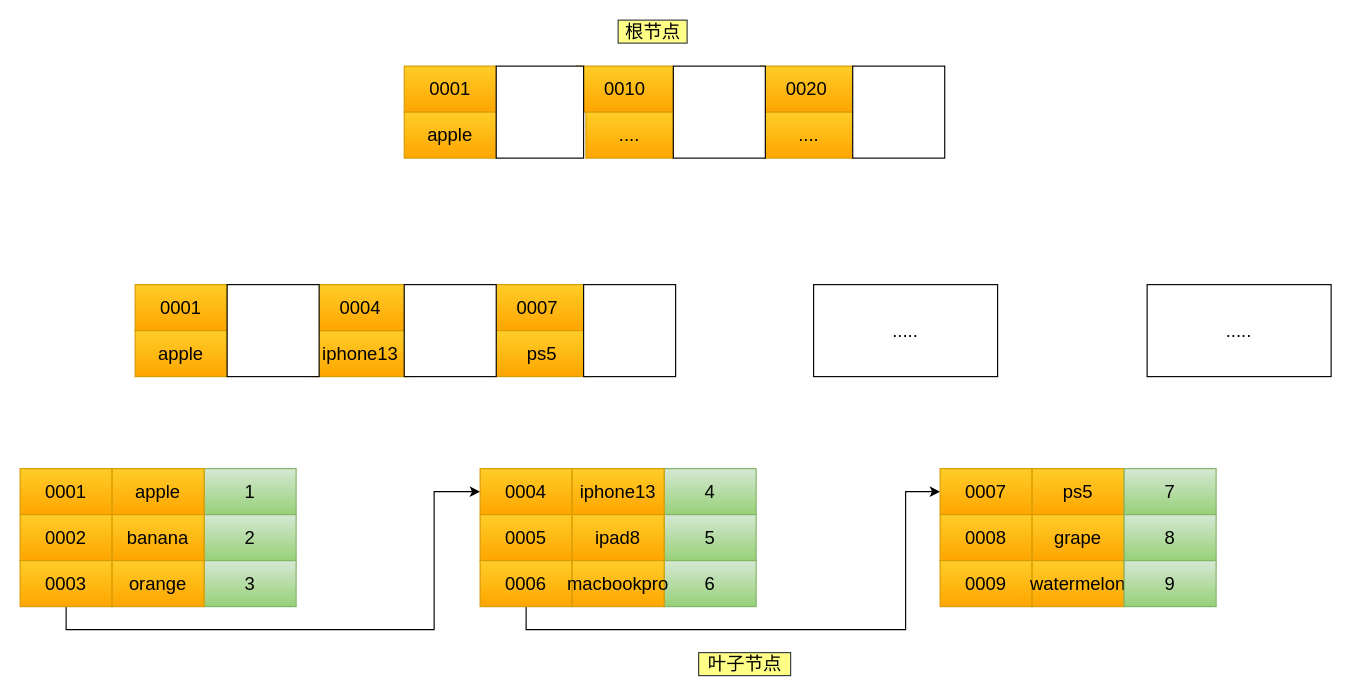
xiaolincoder/ImageHost4 keeps this draw.io diagram as mysql/索引/联合索引.drawio. Above is the earlier version. Source tidied: cells renumbered, new cells numbered last; positions are measured from the earlier drawing's top-left corner, leaving out a move shared by most shapes. Both pictures are drawn from the tidied source at 115%, with x=0, y=0 at pixel (20, 20).
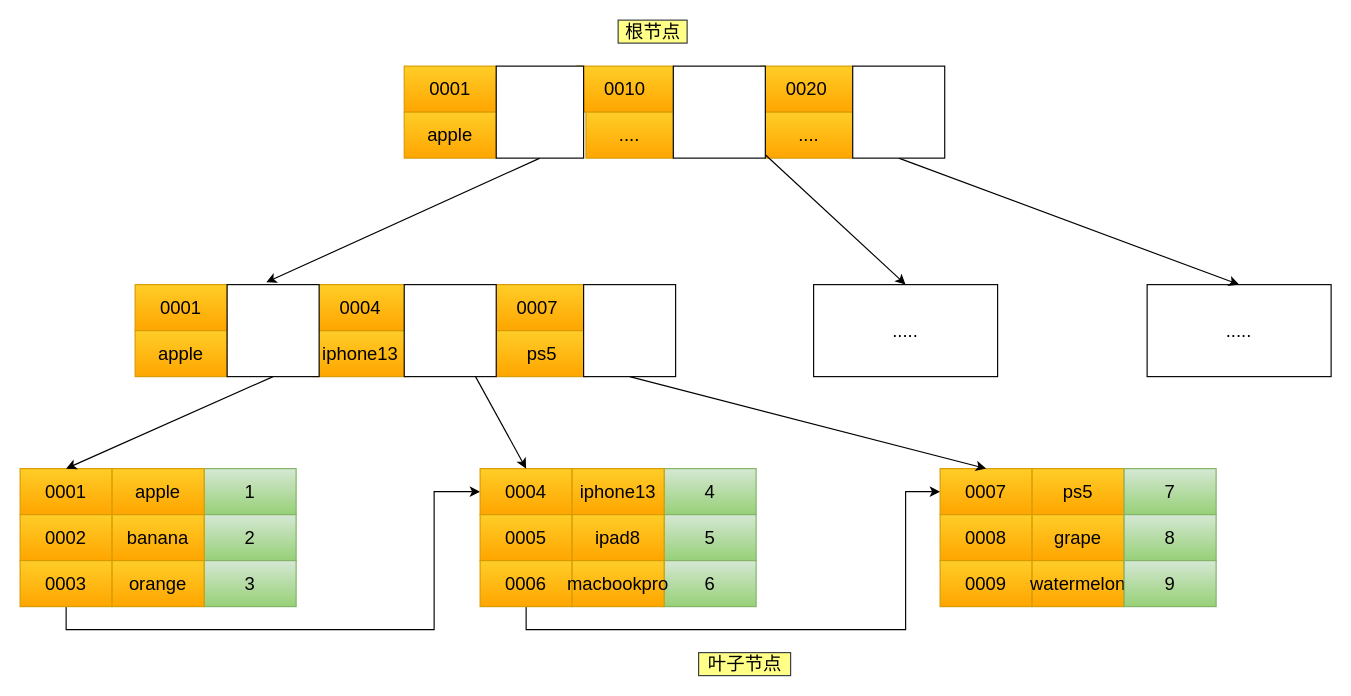
The same diagram, later.

Unchanged cells that the change refers to:
```xml
<mxCell id="2" value="0001" style="rounded=0;whiteSpace=wrap;html=1;fontSize=16;fillColor=#ffcd28;gradientColor=#ffa500;strokeColor=#d79b00;" parent="1" vertex="1">
  <mxGeometry y="390" width="80" height="40" as="geometry" />
</mxCell>
<mxCell id="12" value="0004" style="rounded=0;whiteSpace=wrap;html=1;fontSize=16;fillColor=#ffcd28;gradientColor=#ffa500;strokeColor=#d79b00;" parent="1" vertex="1">
  <mxGeometry x="400" y="390" width="80" height="40" as="geometry" />
</mxCell>
<mxCell id="19" value="0007" style="rounded=0;whiteSpace=wrap;html=1;fontSize=16;fillColor=#ffcd28;gradientColor=#ffa500;strokeColor=#d79b00;" parent="1" vertex="1">
  <mxGeometry x="800" y="390" width="80" height="40" as="geometry" />
</mxCell>
<mxCell id="25" value="....." style="rounded=0;whiteSpace=wrap;html=1;fontSize=16;" parent="1" vertex="1">
  <mxGeometry x="690" y="230" width="160" height="80" as="geometry" />
</mxCell>
<mxCell id="26" value="....." style="rounded=0;whiteSpace=wrap;html=1;fontSize=16;" parent="1" vertex="1">
  <mxGeometry x="980" y="230" width="160" height="80" as="geometry" />
</mxCell>
<mxCell id="47" style="rounded=0;whiteSpace=wrap;html=1;fontSize=16;" parent="1" vertex="1">
  <mxGeometry x="490" y="230" width="80" height="80" as="geometry" />
</mxCell>
<mxCell id="48" style="rounded=0;whiteSpace=wrap;html=1;fontSize=16;" parent="1" vertex="1">
  <mxGeometry x="334" y="230" width="80" height="80" as="geometry" />
</mxCell>
<mxCell id="49" style="rounded=0;whiteSpace=wrap;html=1;fontSize=16;" parent="1" vertex="1">
  <mxGeometry x="180" y="230" width="80" height="80" as="geometry" />
</mxCell>
<mxCell id="50" style="rounded=0;whiteSpace=wrap;html=1;fontSize=16;" parent="1" vertex="1">
  <mxGeometry x="414" y="40" width="76" height="80" as="geometry" />
</mxCell>
<mxCell id="51" style="rounded=0;whiteSpace=wrap;html=1;fontSize=16;" parent="1" vertex="1">
  <mxGeometry x="568" y="40" width="80" height="80" as="geometry" />
</mxCell>
<mxCell id="52" style="rounded=0;whiteSpace=wrap;html=1;fontSize=16;" parent="1" vertex="1">
  <mxGeometry x="724" y="40" width="80" height="80" as="geometry" />
</mxCell>
```

Diff of the diagram source:
```diff
@@
+    <mxCell id="53" style="edgeStyle=none;rounded=0;jettySize=auto;html=1;entryX=0.5;entryY=0;entryDx=0;entryDy=0;exitX=0.5;exitY=1;exitDx=0;exitDy=0;" parent="1" edge="1" source="47" target="19">
+      <mxGeometry relative="1" as="geometry" />
+    </mxCell>
@@
+    <mxCell id="54" style="edgeStyle=none;rounded=0;jettySize=auto;html=1;entryX=0.5;entryY=0;entryDx=0;entryDy=0;" parent="1" edge="1" source="48" target="12">
+      <mxGeometry relative="1" as="geometry" />
+    </mxCell>
@@
+    <mxCell id="55" style="edgeStyle=none;rounded=0;jettySize=auto;html=1;entryX=0.5;entryY=0;entryDx=0;entryDy=0;exitX=0.5;exitY=1;exitDx=0;exitDy=0;" parent="1" edge="1" source="49" target="2">
+      <mxGeometry relative="1" as="geometry" />
+    </mxCell>
@@
+    <mxCell id="56" style="rounded=0;jettySize=auto;html=1;exitX=0.5;exitY=1;exitDx=0;exitDy=0;entryX=0.425;entryY=-0.025;entryDx=0;entryDy=0;entryPerimeter=0;" parent="1" edge="1" source="50" target="49">
+      <mxGeometry relative="1" as="geometry" />
+    </mxCell>
@@
+    <mxCell id="57" style="edgeStyle=none;rounded=0;jettySize=auto;html=1;entryX=0.5;entryY=0;entryDx=0;entryDy=0;" parent="1" edge="1" source="51" target="25">
+      <mxGeometry relative="1" as="geometry" />
+    </mxCell>
@@
+    <mxCell id="58" style="edgeStyle=none;rounded=0;jettySize=auto;html=1;entryX=0.5;entryY=0;entryDx=0;entryDy=0;exitX=0.5;exitY=1;exitDx=0;exitDy=0;" parent="1" edge="1" source="52" target="26">
+      <mxGeometry relative="1" as="geometry" />
+    </mxCell>
```
